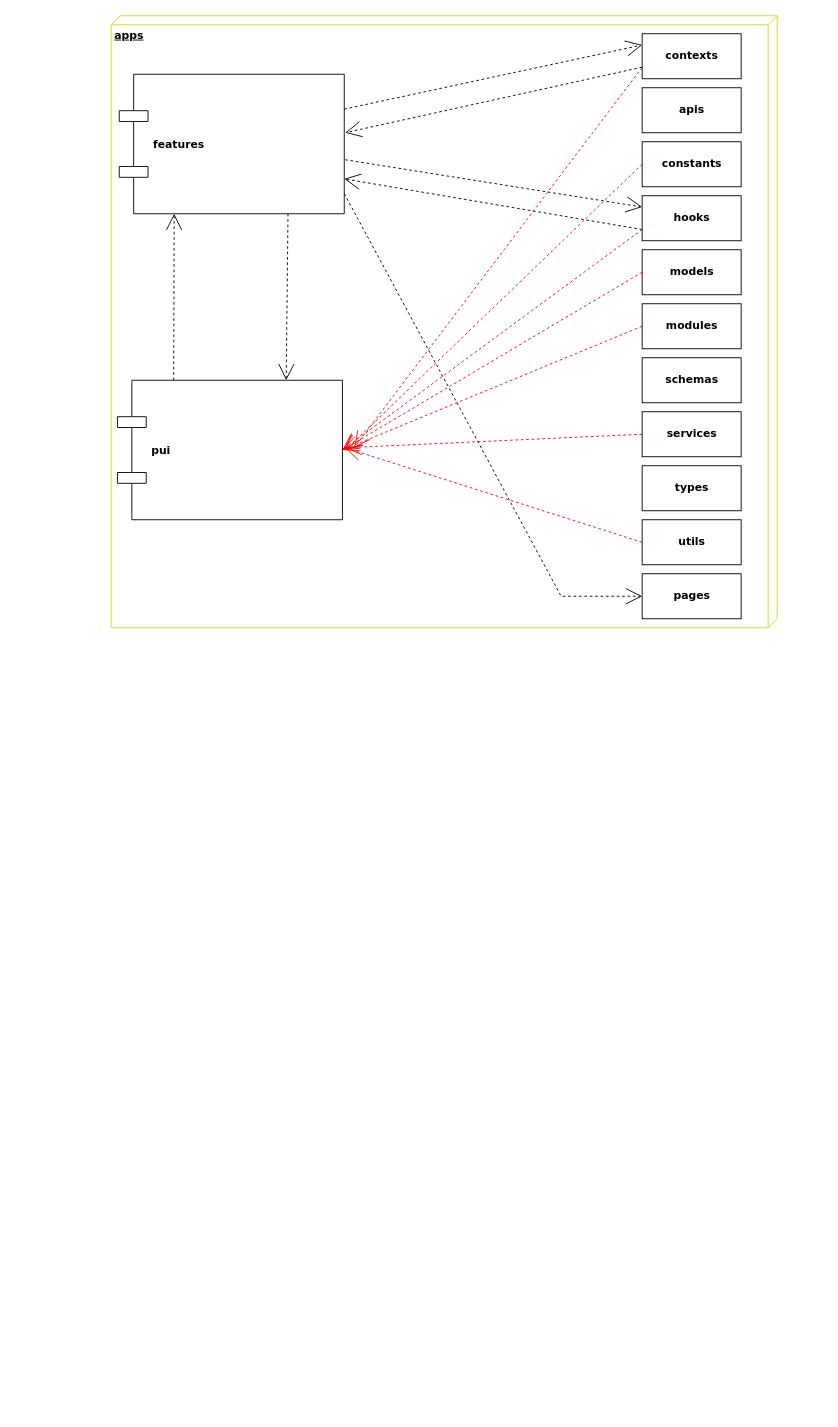
The draw.io diagram 제목 없는 다이어그램.drawio in monolifeYw/drawio, before the edit. Source tidied: cells renumbered, new cells numbered last; positions are measured from the earlier drawing's top-left corner, leaving out a move shared by most shapes. Both pictures are drawn from the tidied source at 90%, with x=0, y=0 at pixel (111, 15).
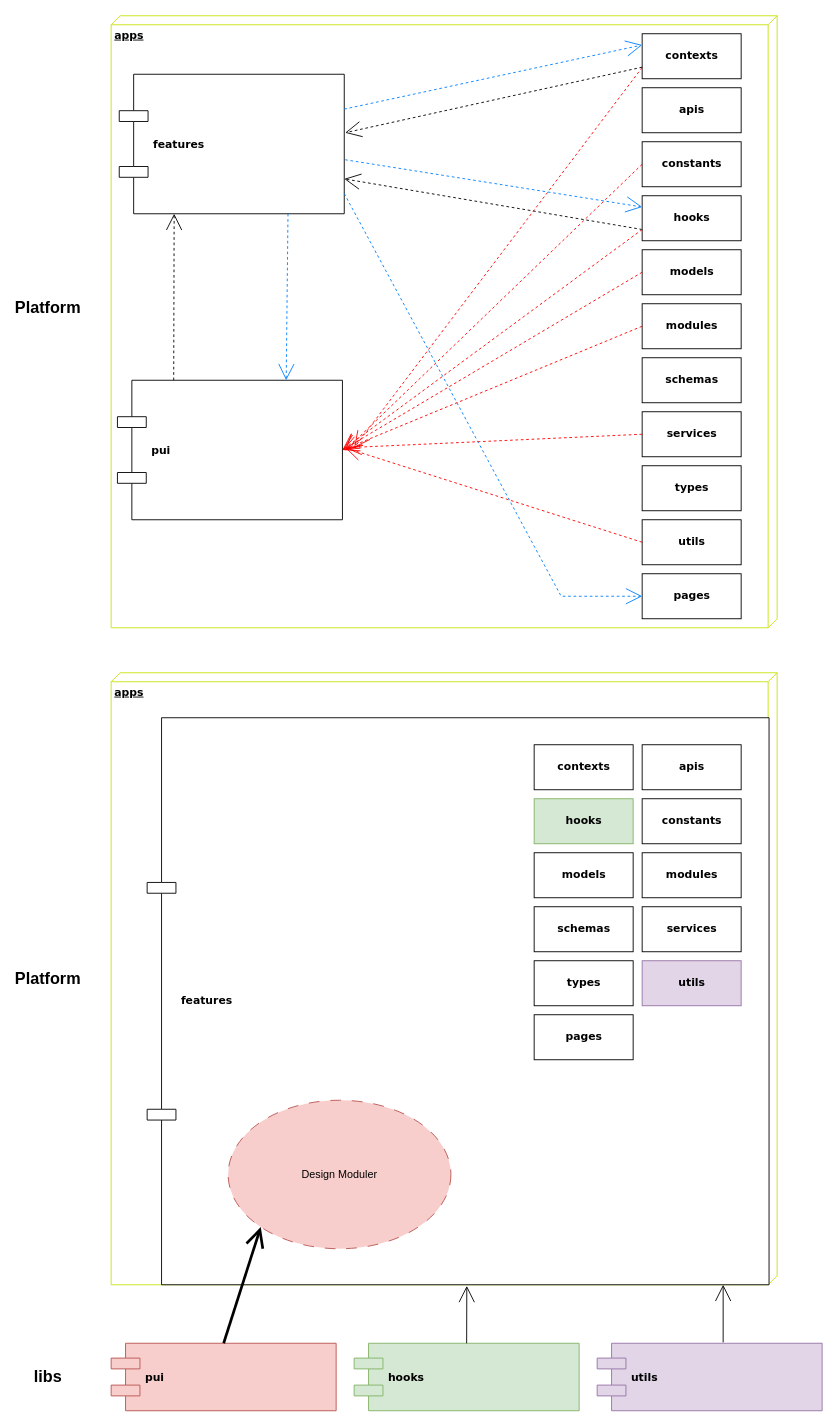
The same page after the edit.

Commit message:
제목 없는 다이어그램.drawio 업데이트

The change refers to these unchanged cells:
```xml
<mxCell id="3" value="contexts" style="html=1;rounded=0;shadow=0;comic=0;labelBackgroundColor=none;strokeWidth=1;fontFamily=Verdana;fontSize=12;align=center;fontStyle=1;" parent="1" vertex="1">
  <mxGeometry x="590" y="20" width="110" height="50" as="geometry" />
</mxCell>
<mxCell id="4" value="features" style="shape=component;align=left;spacingLeft=36;rounded=0;shadow=0;comic=0;labelBackgroundColor=none;strokeWidth=1;fontFamily=Verdana;fontSize=12;html=1;fontStyle=1;" parent="1" vertex="1">
  <mxGeometry x="9" y="65" width="250" height="155" as="geometry" />
</mxCell>
<mxCell id="6" value="pui" style="shape=component;align=left;spacingLeft=36;rounded=0;shadow=0;comic=0;labelBackgroundColor=none;strokeWidth=1;fontFamily=Verdana;fontSize=12;html=1;fontStyle=1;" parent="1" vertex="1">
  <mxGeometry x="7" y="405" width="250" height="155" as="geometry" />
</mxCell>
<mxCell id="9" value="hooks" style="html=1;rounded=0;shadow=0;comic=0;labelBackgroundColor=none;strokeWidth=1;fontFamily=Verdana;fontSize=12;align=center;fontStyle=1;" parent="1" vertex="1">
  <mxGeometry x="590" y="200" width="110" height="50" as="geometry" />
</mxCell>
<mxCell id="19" value="pages" style="html=1;rounded=0;shadow=0;comic=0;labelBackgroundColor=none;strokeWidth=1;fontFamily=Verdana;fontSize=12;align=center;fontStyle=1;" parent="1" vertex="1">
  <mxGeometry x="590" y="620" width="110" height="50" as="geometry" />
</mxCell>
```

What changed in the source:
```diff
@@
-    <mxCell id="16" style="edgeStyle=none;rounded=0;html=1;dashed=1;labelBackgroundColor=none;startArrow=none;startFill=0;startSize=8;endArrow=open;endFill=0;endSize=16;fontFamily=Verdana;fontSize=12;exitX=0.75;exitY=1;exitDx=0;exitDy=0;entryX=0.75;entryY=0;entryDx=0;entryDy=0;" parent="1" edge="1" source="4" target="6">
+    <mxCell id="16" style="edgeStyle=none;rounded=0;html=1;dashed=1;labelBackgroundColor=none;startArrow=none;startFill=0;startSize=8;endArrow=open;endFill=0;endSize=16;fontFamily=Verdana;fontSize=12;exitX=0.75;exitY=1;exitDx=0;exitDy=0;entryX=0.75;entryY=0;entryDx=0;entryDy=0;strokeColor=#007FFF;" parent="1" edge="1" source="4" target="6">
       <mxGeometry relative="1" as="geometry" />
     </mxCell>
-    <mxCell id="17" style="edgeStyle=none;rounded=0;html=1;dashed=1;labelBackgroundColor=none;startArrow=none;startFill=0;startSize=8;endArrow=open;endFill=0;endSize=16;fontFamily=Verdana;fontSize=12;exitX=1;exitY=0.25;exitDx=0;exitDy=0;entryX=0;entryY=0.25;entryDx=0;entryDy=0;" parent="1" edge="1" source="4" target="3">
+    <mxCell id="17" style="edgeStyle=none;rounded=0;html=1;dashed=1;labelBackgroundColor=none;startArrow=none;startFill=0;startSize=8;endArrow=open;endFill=0;endSize=16;fontFamily=Verdana;fontSize=12;exitX=1;exitY=0.25;exitDx=0;exitDy=0;entryX=0;entryY=0.25;entryDx=0;entryDy=0;strokeColor=#007FFF;" parent="1" edge="1" source="4" target="3">
       <mxGeometry relative="1" as="geometry" />
     </mxCell>
@@
-    <mxCell id="20" style="edgeStyle=none;rounded=0;html=1;dashed=1;labelBackgroundColor=none;startArrow=none;startFill=0;startSize=8;endArrow=open;endFill=0;endSize=16;fontFamily=Verdana;fontSize=12;exitX=1.004;exitY=0.613;exitDx=0;exitDy=0;entryX=0;entryY=0.25;entryDx=0;entryDy=0;exitPerimeter=0;" parent="1" edge="1" source="4" target="9">
+    <mxCell id="20" style="edgeStyle=none;rounded=0;html=1;dashed=1;labelBackgroundColor=none;startArrow=none;startFill=0;startSize=8;endArrow=open;endFill=0;endSize=16;fontFamily=Verdana;fontSize=12;exitX=1.004;exitY=0.613;exitDx=0;exitDy=0;entryX=0;entryY=0.25;entryDx=0;entryDy=0;exitPerimeter=0;strokeColor=#007FFF;" parent="1" edge="1" source="4" target="9">
       <mxGeometry relative="1" as="geometry" />
     </mxCell>
@@
-    <mxCell id="22" style="edgeStyle=none;rounded=0;html=1;dashed=1;labelBackgroundColor=none;startArrow=none;startFill=0;startSize=8;endArrow=open;endFill=0;endSize=16;fontFamily=Verdana;fontSize=12;entryX=0;entryY=0.5;entryDx=0;entryDy=0;exitX=1;exitY=0.855;exitDx=0;exitDy=0;exitPerimeter=0;" parent="1" edge="1" source="4" target="19">
+    <mxCell id="22" style="edgeStyle=none;rounded=0;html=1;dashed=1;labelBackgroundColor=none;startArrow=none;startFill=0;startSize=8;endArrow=open;endFill=0;endSize=16;fontFamily=Verdana;fontSize=12;entryX=0;entryY=0.5;entryDx=0;entryDy=0;exitX=1;exitY=0.855;exitDx=0;exitDy=0;exitPerimeter=0;strokeColor=#007FFF;" parent="1" edge="1" source="4" target="19">
       <mxGeometry relative="1" as="geometry">
         <Array as="points">
           <mxPoint x="500" y="645" />
         </Array>
       </mxGeometry>
     </mxCell>
@@
+    <mxCell id="30" value="apps" style="verticalAlign=top;align=left;spacingTop=8;spacingLeft=2;spacingRight=12;shape=cube;size=10;direction=south;fontStyle=5;html=1;rounded=0;shadow=0;comic=0;labelBackgroundColor=none;strokeWidth=1;fontFamily=Verdana;fontSize=12;strokeColor=#cae30d;" parent="1" vertex="1">
+      <mxGeometry y="730" width="740" height="680" as="geometry" />
+    </mxCell>
+    <mxCell id="31" value="features" style="shape=component;align=left;spacingLeft=36;rounded=0;shadow=0;comic=0;labelBackgroundColor=none;strokeWidth=1;fontFamily=Verdana;fontSize=12;html=1;fontStyle=1;" parent="1" vertex="1">
+      <mxGeometry x="40" y="780" width="691" height="630" as="geometry" />
+    </mxCell>
+    <mxCell id="32" value="contexts" style="html=1;rounded=0;shadow=0;comic=0;labelBackgroundColor=none;strokeWidth=1;fontFamily=Verdana;fontSize=12;align=center;fontStyle=1;" parent="1" vertex="1">
+      <mxGeometry x="470" y="810" width="110" height="50" as="geometry" />
+    </mxCell>
+    <mxCell id="33" value="pui" style="shape=component;align=left;spacingLeft=36;rounded=0;shadow=0;comic=0;labelBackgroundColor=none;strokeWidth=1;fontFamily=Verdana;fontSize=12;html=1;fontStyle=1;fillColor=#f8cecc;strokeColor=#b85450;" parent="1" vertex="1">
+      <mxGeometry y="1475" width="250" height="75" as="geometry" />
+    </mxCell>
+    <mxCell id="34" value="apis" style="html=1;rounded=0;shadow=0;comic=0;labelBackgroundColor=none;strokeWidth=1;fontFamily=Verdana;fontSize=12;align=center;fontStyle=1;" parent="1" vertex="1">
+      <mxGeometry x="590" y="810" width="110" height="50" as="geometry" />
+    </mxCell>
+    <mxCell id="35" value="constants" style="html=1;rounded=0;shadow=0;comic=0;labelBackgroundColor=none;strokeWidth=1;fontFamily=Verdana;fontSize=12;align=center;fontStyle=1;" parent="1" vertex="1">
+      <mxGeometry x="590" y="870" width="110" height="50" as="geometry" />
+    </mxCell>
+    <mxCell id="36" value="hooks" style="html=1;rounded=0;shadow=0;comic=0;labelBackgroundColor=none;strokeWidth=1;fontFamily=Verdana;fontSize=12;align=center;fontStyle=1;fillColor=#d5e8d4;strokeColor=#82b366;" parent="1" vertex="1">
+      <mxGeometry x="470" y="870" width="110" height="50" as="geometry" />
+    </mxCell>
+    <mxCell id="37" value="models" style="html=1;rounded=0;shadow=0;comic=0;labelBackgroundColor=none;strokeWidth=1;fontFamily=Verdana;fontSize=12;align=center;fontStyle=1;" parent="1" vertex="1">
+      <mxGeometry x="470" y="930" width="110" height="50" as="geometry" />
+    </mxCell>
+    <mxCell id="38" value="modules" style="html=1;rounded=0;shadow=0;comic=0;labelBackgroundColor=none;strokeWidth=1;fontFamily=Verdana;fontSize=12;align=center;fontStyle=1;" parent="1" vertex="1">
+      <mxGeometry x="590" y="930" width="110" height="50" as="geometry" />
+    </mxCell>
+    <mxCell id="39" value="schemas" style="html=1;rounded=0;shadow=0;comic=0;labelBackgroundColor=none;strokeWidth=1;fontFamily=Verdana;fontSize=12;align=center;fontStyle=1;" parent="1" vertex="1">
+      <mxGeometry x="470" y="990" width="110" height="50" as="geometry" />
+    </mxCell>
+    <mxCell id="40" value="services" style="html=1;rounded=0;shadow=0;comic=0;labelBackgroundColor=none;strokeWidth=1;fontFamily=Verdana;fontSize=12;align=center;fontStyle=1;" parent="1" vertex="1">
+      <mxGeometry x="590" y="990" width="110" height="50" as="geometry" />
+    </mxCell>
+    <mxCell id="41" value="types" style="html=1;rounded=0;shadow=0;comic=0;labelBackgroundColor=none;strokeWidth=1;fontFamily=Verdana;fontSize=12;align=center;fontStyle=1;" parent="1" vertex="1">
+      <mxGeometry x="470" y="1050" width="110" height="50" as="geometry" />
+    </mxCell>
+    <mxCell id="42" value="utils" style="html=1;rounded=0;shadow=0;comic=0;labelBackgroundColor=none;strokeWidth=1;fontFamily=Verdana;fontSize=12;align=center;fontStyle=1;fillColor=#e1d5e7;strokeColor=#9673a6;" parent="1" vertex="1">
+      <mxGeometry x="590" y="1050" width="110" height="50" as="geometry" />
+    </mxCell>
+    <mxCell id="43" value="pages" style="html=1;rounded=0;shadow=0;comic=0;labelBackgroundColor=none;strokeWidth=1;fontFamily=Verdana;fontSize=12;align=center;fontStyle=1;" parent="1" vertex="1">
+      <mxGeometry x="470" y="1110" width="110" height="50" as="geometry" />
+    </mxCell>
+    <mxCell id="44" value="Design Moduler" style="ellipse;whiteSpace=wrap;html=1;dashed=1;dashPattern=12 12;fillColor=#f8cecc;strokeColor=#b85450;" parent="1" vertex="1">
+      <mxGeometry x="130" y="1205" width="247.5" height="165" as="geometry" />
+    </mxCell>
+    <mxCell id="45" value="Platform" style="text;strokeColor=none;align=center;fillColor=none;html=1;verticalAlign=middle;whiteSpace=wrap;rounded=0;fontStyle=1;fontSize=18;" parent="1" vertex="1">
+      <mxGeometry x="-100" y="310" width="60" height="30" as="geometry" />
+    </mxCell>
+    <mxCell id="46" value="Platform" style="text;strokeColor=none;align=center;fillColor=none;html=1;verticalAlign=middle;whiteSpace=wrap;rounded=0;fontStyle=1;fontSize=18;" parent="1" vertex="1">
+      <mxGeometry x="-100" y="1055" width="60" height="30" as="geometry" />
+    </mxCell>
+    <mxCell id="47" value="libs" style="text;strokeColor=none;align=center;fillColor=none;html=1;verticalAlign=middle;whiteSpace=wrap;rounded=0;fontStyle=1;fontSize=18;" parent="1" vertex="1">
+      <mxGeometry x="-100" y="1497.5" width="60" height="30" as="geometry" />
+    </mxCell>
+    <mxCell id="48" style="edgeStyle=none;rounded=0;html=1;labelBackgroundColor=none;startArrow=none;startFill=0;startSize=8;endArrow=open;endFill=0;endSize=16;fontFamily=Verdana;fontSize=12;exitX=0.5;exitY=0;exitDx=0;exitDy=0;entryX=0;entryY=1;entryDx=0;entryDy=0;strokeWidth=3;" parent="1" edge="1" source="33" target="44">
+      <mxGeometry relative="1" as="geometry" />
+    </mxCell>
+    <mxCell id="49" value="hooks" style="shape=component;align=left;spacingLeft=36;rounded=0;shadow=0;comic=0;labelBackgroundColor=none;strokeWidth=1;fontFamily=Verdana;fontSize=12;html=1;fontStyle=1;fillColor=#d5e8d4;strokeColor=#82b366;" parent="1" vertex="1">
+      <mxGeometry x="270" y="1475" width="250" height="75" as="geometry" />
+    </mxCell>
+    <mxCell id="50" value="utils" style="shape=component;align=left;spacingLeft=36;rounded=0;shadow=0;comic=0;labelBackgroundColor=none;strokeWidth=1;fontFamily=Verdana;fontSize=12;html=1;fontStyle=1;fillColor=#e1d5e7;strokeColor=#9673a6;" parent="1" vertex="1">
+      <mxGeometry x="540" y="1475" width="250" height="75" as="geometry" />
+    </mxCell>
+    <mxCell id="51" style="edgeStyle=none;rounded=0;html=1;labelBackgroundColor=none;startArrow=none;startFill=0;startSize=8;endArrow=open;endFill=0;endSize=16;fontFamily=Verdana;fontSize=12;exitX=0.5;exitY=0;exitDx=0;exitDy=0;entryX=0.514;entryY=1.002;entryDx=0;entryDy=0;strokeWidth=1;entryPerimeter=0;" parent="1" edge="1" source="49" target="31">
+      <mxGeometry relative="1" as="geometry" />
+    </mxCell>
+    <mxCell id="52" style="edgeStyle=none;rounded=0;html=1;labelBackgroundColor=none;startArrow=none;startFill=0;startSize=8;endArrow=open;endFill=0;endSize=16;fontFamily=Verdana;fontSize=12;exitX=0.5;exitY=0;exitDx=0;exitDy=0;entryX=0.514;entryY=1.002;entryDx=0;entryDy=0;strokeWidth=1;entryPerimeter=0;" parent="1" edge="1">
+      <mxGeometry relative="1" as="geometry">
+        <mxPoint x="680" y="1474" as="sourcePoint" />
+        <mxPoint x="680" y="1410" as="targetPoint" />
+      </mxGeometry>
+    </mxCell>
```
